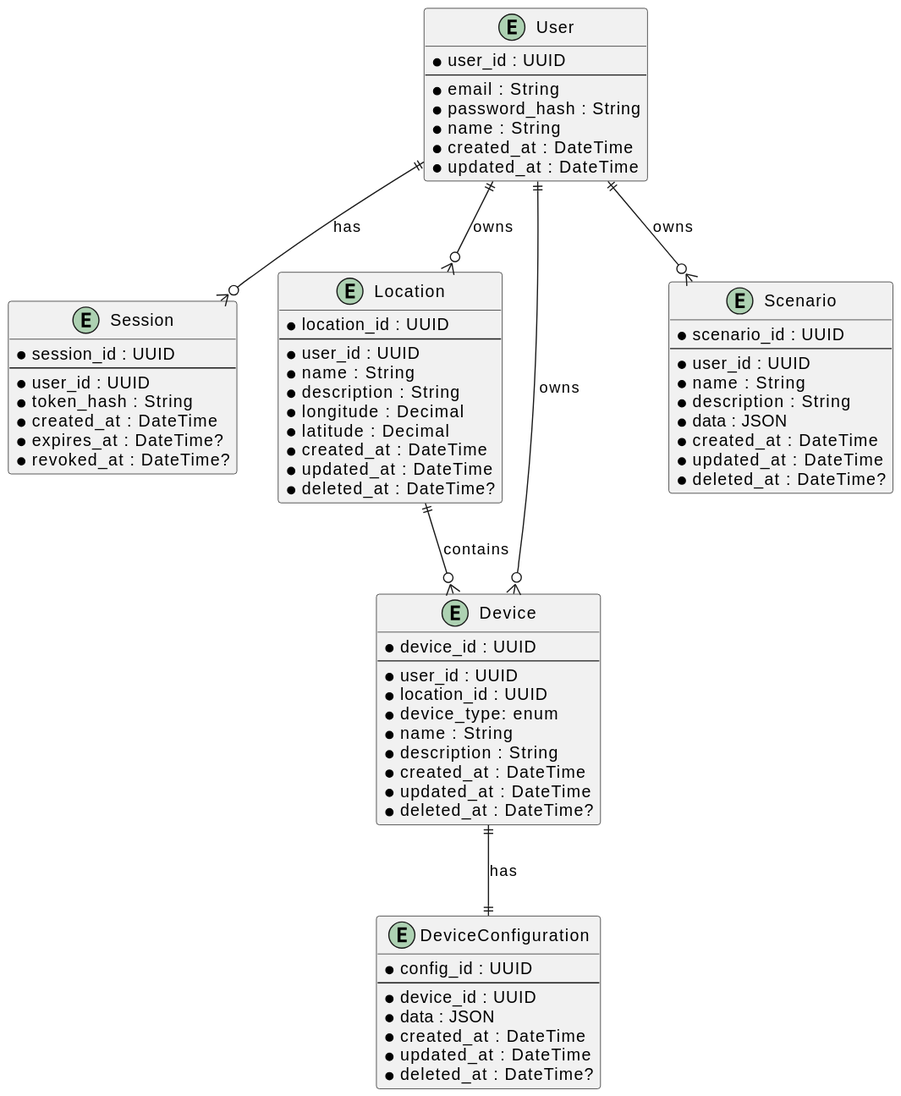
This is docs/entity_relationship.svg from dengaleev/practicum-warmhouse, a PlantUML export, as it was before one commit.
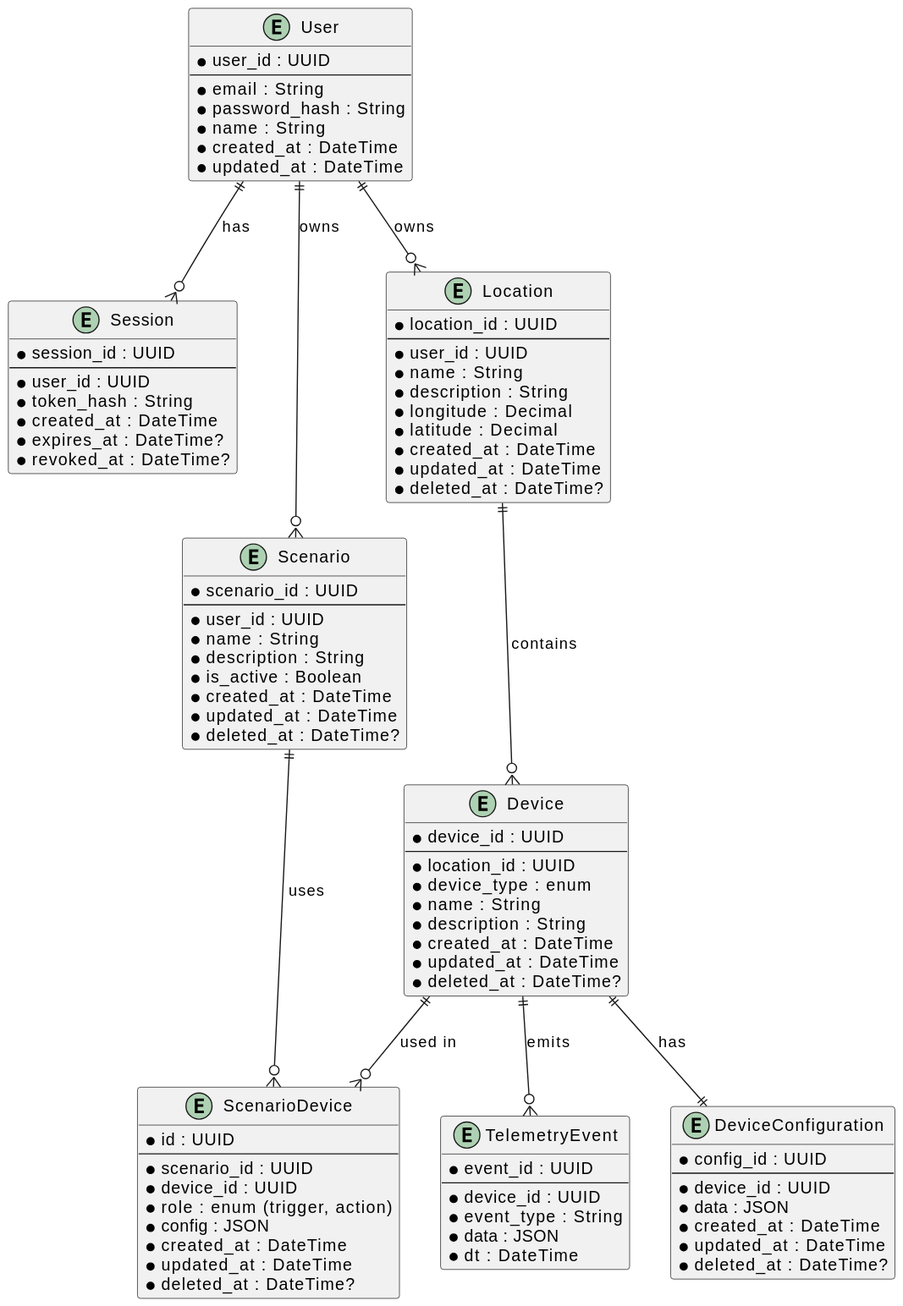
After the commit.

Change to the diagram source:
```diff
@@ -35,9 +35,8 @@
 entity "Device" as Device {
   * device_id : UUID
   --
-  * user_id : UUID
   * location_id : UUID
-  * device_type: enum
+  * device_type : enum
   * name : String
   * description : String
   * created_at : DateTime
@@ -61,17 +60,42 @@
     * user_id : UUID
     * name : String
     * description : String
-    * data : JSON
+    * is_active : Boolean
     * created_at : DateTime
     * updated_at : DateTime
     * deleted_at : DateTime?
 }
 
+entity "ScenarioDevice" as ScenarioDevice {
+    * id : UUID
+    --
+    * scenario_id : UUID
+    * device_id : UUID
+    * role : enum (trigger, action)
+    * config : JSON
+    * created_at : DateTime
+    * updated_at : DateTime
+    * deleted_at : DateTime?
+}
+
+entity "TelemetryEvent" as TelemetryEvent {
+    * event_id : UUID
+    --
+    * device_id : UUID
+    * event_type : String
+    * data : JSON
+    * dt : DateTime
+}
+
 User ||--o{ Session : "has"
 User ||--o{ Location : "owns"
-User ||--o{ Device : "owns"
 User ||--o{ Scenario : "owns"
 
 Location ||--o{ Device : "contains"
+
 Device ||--|| DeviceConfiguration : "has"
+Device ||--o{ TelemetryEvent : "emits"
+Device ||--o{ ScenarioDevice : "used in"
+
+Scenario ||--o{ ScenarioDevice : "uses"
 @enduml
```
